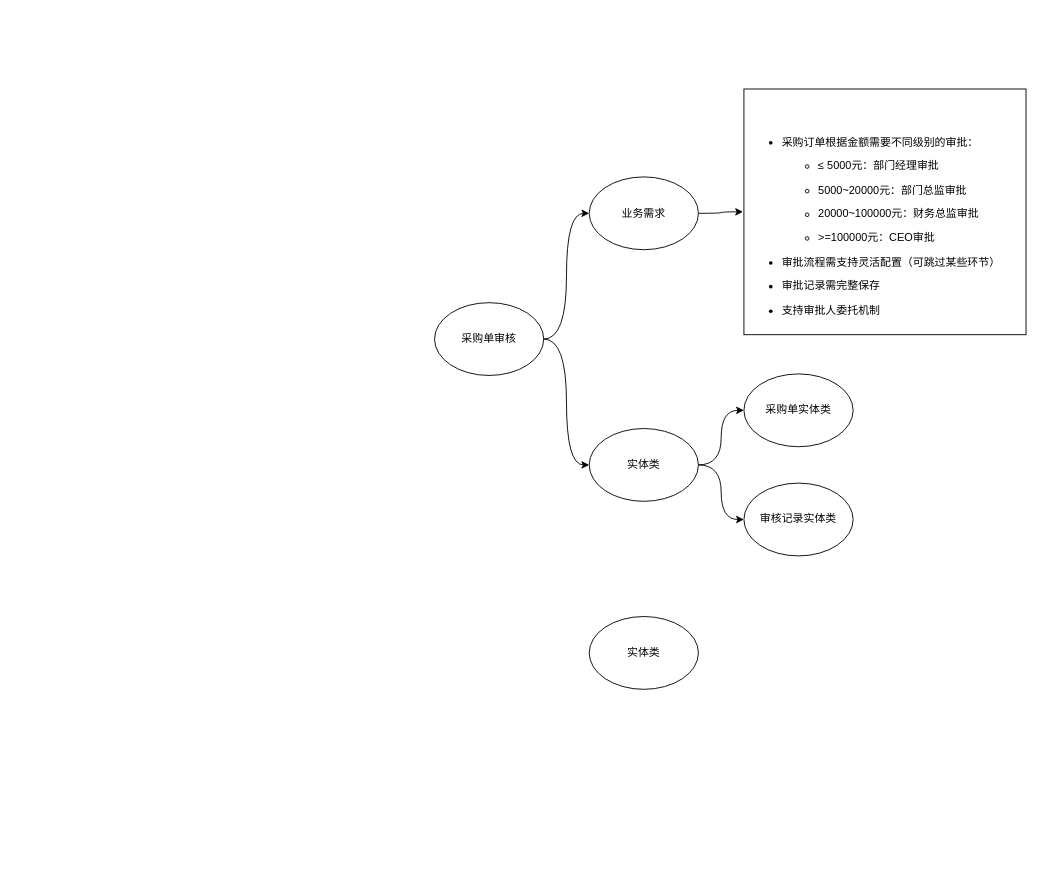
This is 采购单-责任链模式.drawio from liepig1223/drawio, a draw.io file, before an edit. Source tidied: cells renumbered, new cells numbered last; positions are measured from the earlier drawing's top-left corner, leaving out a move shared by most shapes. Both pictures are drawn from the tidied source at 91%, with x=0, y=0 at pixel (434, 88).
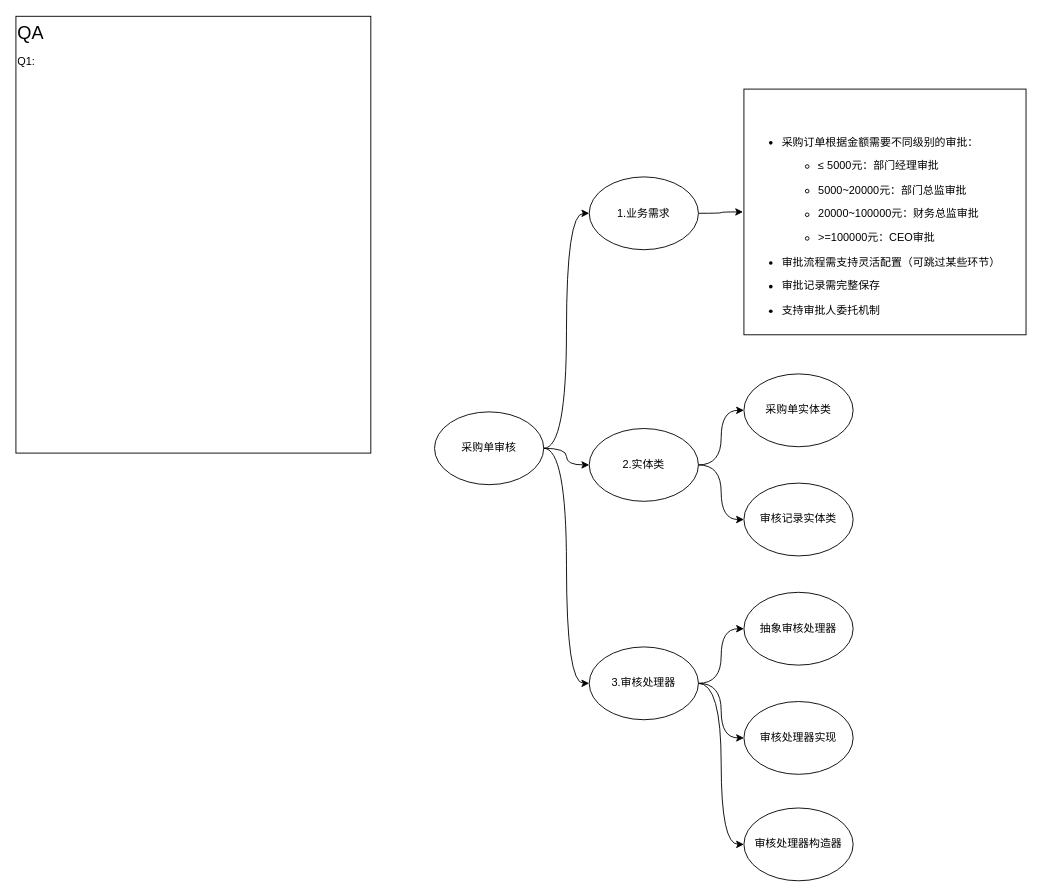
After the change.

Commit message (it also covers changes not shown here):
更新采购单-责任链模式.drawio

The edit, as a diff of the source:
```diff
@@
+    <mxCell id="14" style="edgeStyle=orthogonalEdgeStyle;rounded=0;jettySize=auto;html=1;entryX=0;entryY=0.5;entryDx=0;entryDy=0;curved=1;" parent="1" edge="1" source="4" target="13">
+      <mxGeometry relative="1" as="geometry" />
+    </mxCell>
     <mxCell id="4" value="采购单审核" style="ellipse;whiteSpace=wrap;html=1;" parent="1" vertex="1">
-      <mxGeometry y="235.1" width="120" height="80" as="geometry" />
+      <mxGeometry y="355.1" width="120" height="80" as="geometry" />
     </mxCell>
@@
-    <mxCell id="6" value="业务需求" style="ellipse;whiteSpace=wrap;html=1;" parent="1" vertex="1">
+    <mxCell id="6" value="1.业务需求" style="ellipse;whiteSpace=wrap;html=1;" parent="1" vertex="1">
       <mxGeometry x="170" y="96.9" width="120" height="80" as="geometry" />
     </mxCell>
@@
-    <mxCell id="9" value="实体类" style="ellipse;whiteSpace=wrap;html=1;" parent="1" vertex="1">
+    <mxCell id="9" value="2.实体类" style="ellipse;whiteSpace=wrap;html=1;" parent="1" vertex="1">
       <mxGeometry x="170" y="373.4" width="120" height="80" as="geometry" />
     </mxCell>
     <mxCell id="10" value="&lt;h1 style=&quot;margin-top: 0px;&quot;&gt;&lt;br&gt;&lt;/h1&gt;&lt;ul&gt;&lt;li&gt;&lt;p class=&quot;ds-markdown-paragraph&quot;&gt;采购订单根据金额需要不同级别的审批：&lt;/p&gt;&lt;ul&gt;&lt;li&gt;&lt;p class=&quot;ds-markdown-paragraph&quot;&gt;≤ 5000元：部门经理审批&lt;/p&gt;&lt;/li&gt;&lt;li&gt;&lt;p class=&quot;ds-markdown-paragraph&quot;&gt;5000~20000元：部门总监审批&lt;/p&gt;&lt;/li&gt;&lt;li&gt;&lt;p class=&quot;ds-markdown-paragraph&quot;&gt;20000~100000元：财务总监审批&lt;/p&gt;&lt;/li&gt;&lt;li&gt;&lt;p class=&quot;ds-markdown-paragraph&quot;&gt;&amp;gt;=100000元：CEO审批&lt;/p&gt;&lt;/li&gt;&lt;/ul&gt;&lt;/li&gt;&lt;li&gt;&lt;p class=&quot;ds-markdown-paragraph&quot;&gt;审批流程需支持灵活配置（可跳过某些环节）&lt;/p&gt;&lt;/li&gt;&lt;li&gt;&lt;p class=&quot;ds-markdown-paragraph&quot;&gt;审批记录需完整保存&lt;/p&gt;&lt;/li&gt;&lt;li&gt;&lt;p class=&quot;ds-markdown-paragraph&quot;&gt;支持审批人委托机制&lt;/p&gt;&lt;/li&gt;&lt;/ul&gt;&lt;p&gt;&lt;/p&gt;" style="text;html=1;whiteSpace=wrap;overflow=hidden;rounded=0;fillColor=default;perimeterSpacing=1;glass=0;strokeColor=default;" parent="1" vertex="1">
-      <mxGeometry x="340" y="0.3" width="310" height="270" as="geometry" />
+      <mxGeometry x="340" y="0.4" width="310" height="270" as="geometry" />
     </mxCell>
@@
+    <mxCell id="15" style="edgeStyle=orthogonalEdgeStyle;rounded=0;jettySize=auto;html=1;curved=1;" parent="1" edge="1" source="13" target="19">
+      <mxGeometry relative="1" as="geometry" />
+    </mxCell>
+    <mxCell id="16" style="edgeStyle=orthogonalEdgeStyle;rounded=0;jettySize=auto;html=1;entryX=0;entryY=0.5;entryDx=0;entryDy=0;curved=1;" parent="1" edge="1" source="13" target="20">
+      <mxGeometry relative="1" as="geometry" />
+    </mxCell>
+    <mxCell id="17" style="edgeStyle=orthogonalEdgeStyle;curved=1;rounded=0;jettySize=auto;html=1;entryX=0;entryY=0.5;entryDx=0;entryDy=0;" parent="1" edge="1" source="13" target="21">
+      <mxGeometry relative="1" as="geometry" />
+    </mxCell>
-    <mxCell id="13" value="实体类" style="ellipse;whiteSpace=wrap;html=1;" parent="1" vertex="1">
-      <mxGeometry x="170" y="580" width="120" height="80" as="geometry" />
+    <mxCell id="13" value="3.审核处理器" style="ellipse;whiteSpace=wrap;html=1;" parent="1" vertex="1">
+      <mxGeometry x="170" y="613.4" width="120" height="80" as="geometry" />
     </mxCell>
+    <mxCell id="18" value="&lt;font style=&quot;font-size: 20px;&quot;&gt;QA&lt;/font&gt;&lt;p&gt;Q1:&lt;br&gt;&lt;/p&gt;" style="text;html=1;whiteSpace=wrap;overflow=hidden;rounded=0;strokeColor=default;fillColor=default;" parent="1" vertex="1">
+      <mxGeometry x="-460" y="-79.6" width="390" height="480" as="geometry" />
+    </mxCell>
+    <mxCell id="19" value="抽象审核处理器" style="ellipse;whiteSpace=wrap;html=1;" parent="1" vertex="1">
+      <mxGeometry x="340" y="553.4" width="120" height="80" as="geometry" />
+    </mxCell>
+    <mxCell id="20" value="审核处理器实现" style="ellipse;whiteSpace=wrap;html=1;" parent="1" vertex="1">
+      <mxGeometry x="340" y="673.4" width="120" height="80" as="geometry" />
+    </mxCell>
+    <mxCell id="21" value="审核处理器构造器" style="ellipse;whiteSpace=wrap;html=1;" parent="1" vertex="1">
+      <mxGeometry x="340" y="790.4" width="120" height="80" as="geometry" />
+    </mxCell>
```
